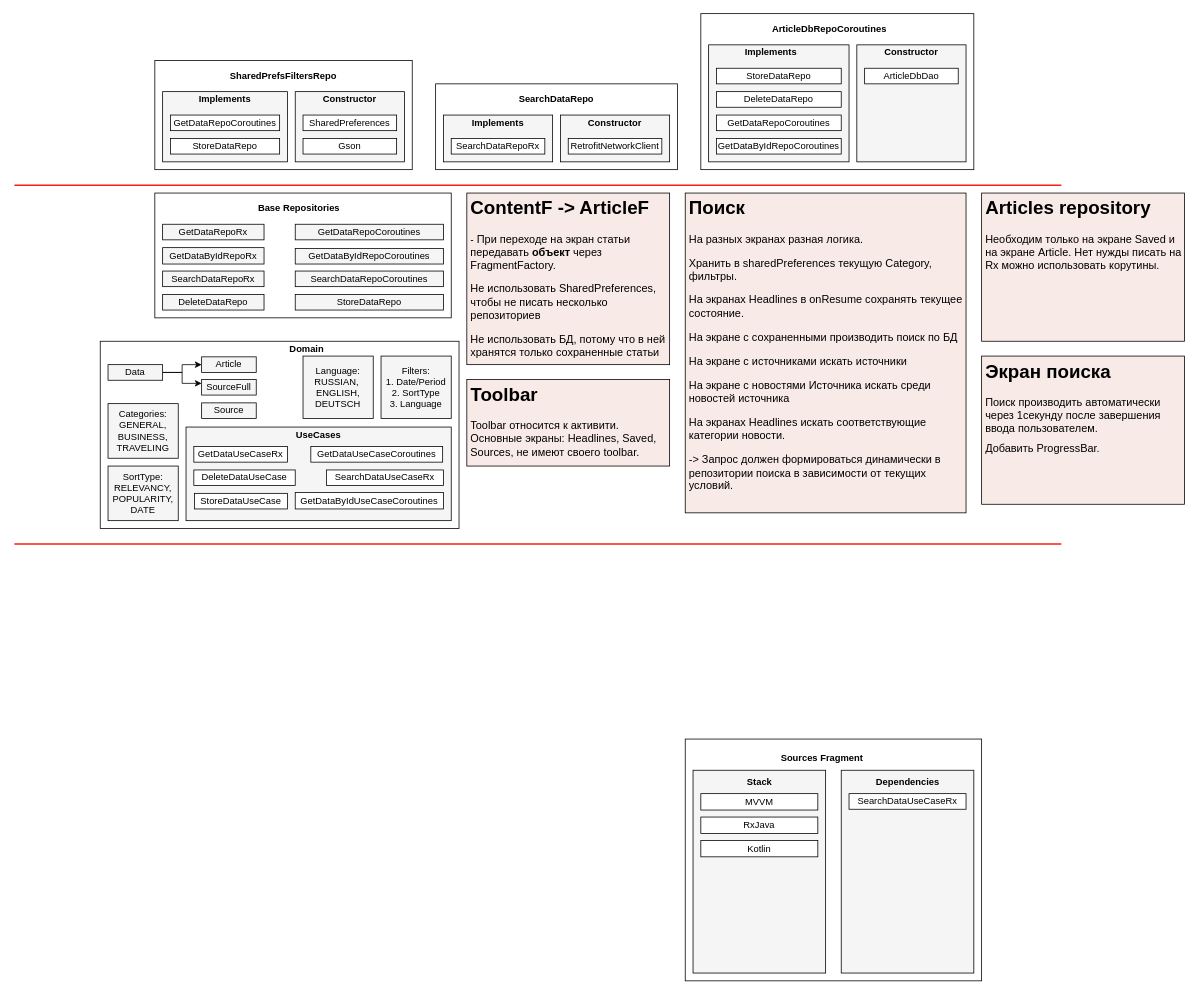
Earlier version of the draw.io diagram app/Диаграмма без названия.drawio (Megrief/AudioPlayer). Source tidied: cells renumbered, new cells numbered last; positions are measured from the earlier drawing's top-left corner, leaving out a move shared by most shapes. Both pictures are drawn from the tidied source at 78%, with x=0, y=0 at pixel (14, 13).
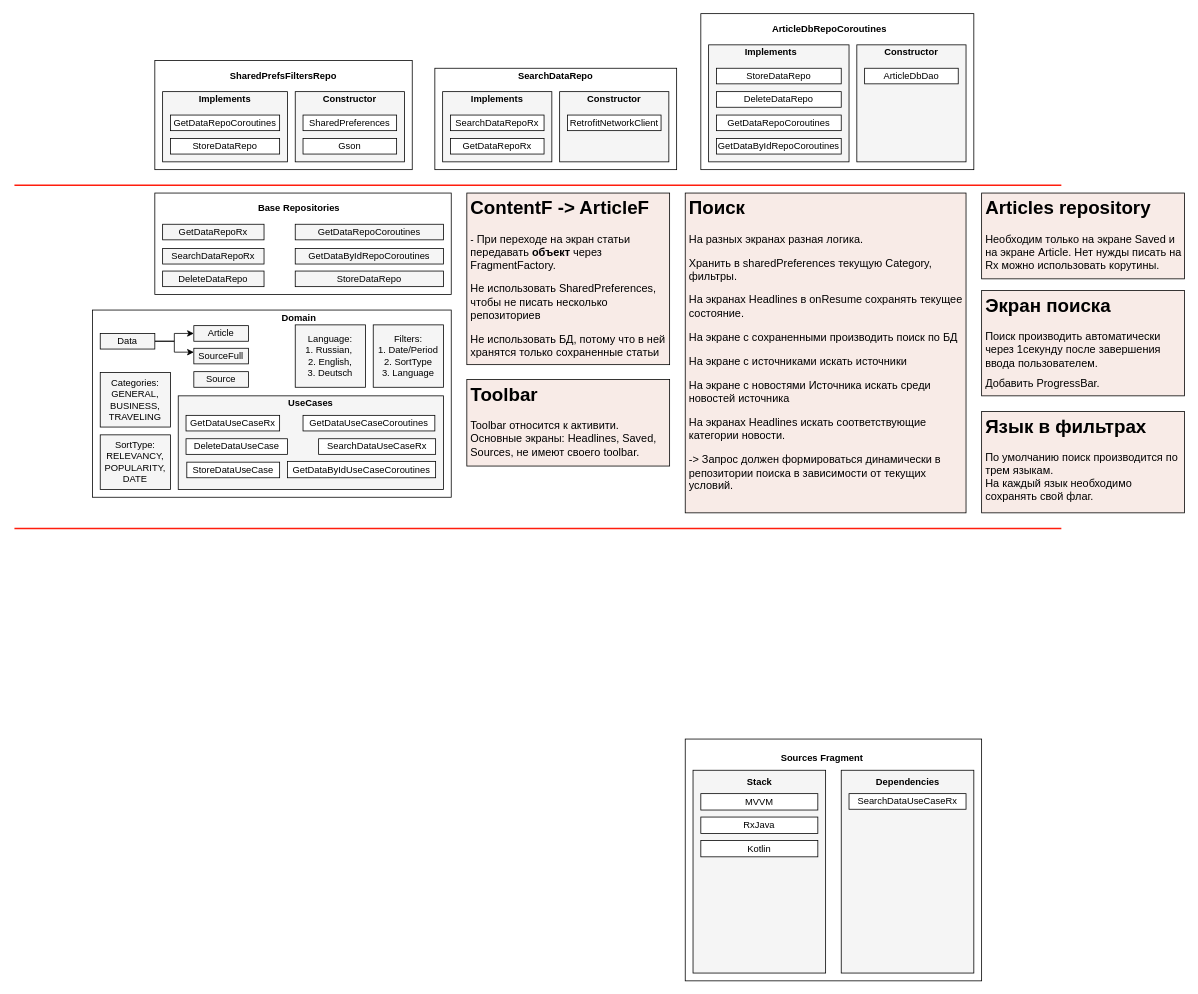
The same diagram, later.

Change to the diagram source:
```diff
@@
     <mxCell id="2" style="rounded=0;whiteSpace=wrap;html=1;" parent="1" vertex="1">
-      <mxGeometry x="180" y="230" width="380" height="160" as="geometry" />
+      <mxGeometry x="180" y="230" width="380" height="130" as="geometry" />
     </mxCell>
     <mxCell id="3" style="rounded=0;whiteSpace=wrap;html=1;" parent="1" vertex="1">
-      <mxGeometry x="110" y="420" width="460" height="240" as="geometry" />
+      <mxGeometry x="100" y="380" width="460" height="240" as="geometry" />
     </mxCell>
     <mxCell id="4" value="Article" style="text;html=1;align=center;verticalAlign=middle;whiteSpace=wrap;rounded=0;strokeColor=#000000;fillColor=#f5f5f5;fontColor=#000000;" parent="1" vertex="1">
-      <mxGeometry x="240" y="440" width="70" height="20" as="geometry" />
+      <mxGeometry x="230" y="400" width="70" height="20" as="geometry" />
     </mxCell>
     <mxCell id="5" value="Source" style="text;html=1;align=center;verticalAlign=middle;whiteSpace=wrap;rounded=0;strokeColor=#000000;fillColor=#f5f5f5;fontColor=#000000;" parent="1" vertex="1">
-      <mxGeometry x="240" y="499" width="70" height="20" as="geometry" />
+      <mxGeometry x="230" y="459" width="70" height="20" as="geometry" />
     </mxCell>
     <mxCell id="6" value="SourceFull" style="text;html=1;align=center;verticalAlign=middle;whiteSpace=wrap;rounded=0;strokeColor=#000000;fillColor=#f5f5f5;fontColor=#000000;" parent="1" vertex="1">
-      <mxGeometry x="240" y="469" width="70" height="20" as="geometry" />
+      <mxGeometry x="230" y="429" width="70" height="20" as="geometry" />
     </mxCell>
     <mxCell id="7" value="Filters:&lt;br&gt;1. Date/Period&lt;br&gt;2. SortType&lt;br&gt;3. Language" style="text;html=1;align=center;verticalAlign=middle;whiteSpace=wrap;rounded=0;strokeColor=#000000;fillColor=#f5f5f5;fontColor=#000000;" parent="1" vertex="1">
-      <mxGeometry x="470" y="439" width="90" height="80" as="geometry" />
+      <mxGeometry x="460" y="399" width="90" height="80" as="geometry" />
     </mxCell>
     <mxCell id="8" style="rounded=0;whiteSpace=wrap;html=1;fillColor=#f5f5f5;fontColor=#000000;strokeColor=#000000;" parent="1" vertex="1">
-      <mxGeometry x="220" y="530" width="340" height="120" as="geometry" />
+      <mxGeometry x="210" y="490" width="340" height="120" as="geometry" />
     </mxCell>
     <mxCell id="9" value="StoreDataUseCase" style="text;html=1;align=center;verticalAlign=middle;whiteSpace=wrap;rounded=0;fillColor=default;strokeColor=default;fontColor=#000000;" parent="1" vertex="1">
-      <mxGeometry x="231" y="615" width="119" height="20" as="geometry" />
+      <mxGeometry x="221" y="575" width="119" height="20" as="geometry" />
     </mxCell>
     <mxCell id="10" value="GetDataUseCaseCoroutines" style="text;html=1;align=center;verticalAlign=middle;whiteSpace=wrap;rounded=0;fillColor=default;strokeColor=default;fontColor=#000000;" parent="1" vertex="1">
-      <mxGeometry x="380" y="555" width="169" height="20" as="geometry" />
+      <mxGeometry x="370" y="515" width="169" height="20" as="geometry" />
     </mxCell>
     <mxCell id="11" value="GetDataByIdUseCaseCoroutines" style="text;html=1;align=center;verticalAlign=middle;whiteSpace=wrap;rounded=0;fillColor=default;strokeColor=default;fontColor=#000000;" parent="1" vertex="1">
-      <mxGeometry x="360" y="614" width="190" height="21" as="geometry" />
+      <mxGeometry x="350" y="574" width="190" height="21" as="geometry" />
     </mxCell>
     <mxCell id="12" value="DeleteDataUseCase" style="text;html=1;align=center;verticalAlign=middle;whiteSpace=wrap;rounded=0;fillColor=default;strokeColor=default;fontColor=#000000;" parent="1" vertex="1">
-      <mxGeometry x="230" y="585" width="130" height="20" as="geometry" />
+      <mxGeometry x="220" y="545" width="130" height="20" as="geometry" />
     </mxCell>
     <mxCell id="13" value="GetDataUseCaseRx" style="text;html=1;align=center;verticalAlign=middle;whiteSpace=wrap;rounded=0;fillColor=default;strokeColor=default;fontColor=#000000;" parent="1" vertex="1">
-      <mxGeometry x="230" y="555" width="120" height="20" as="geometry" />
+      <mxGeometry x="220" y="515" width="120" height="20" as="geometry" />
     </mxCell>
     <mxCell id="14" value="SearchDataUseCaseRx" style="text;html=1;align=center;verticalAlign=middle;whiteSpace=wrap;rounded=0;fillColor=default;strokeColor=default;fontColor=#000000;" parent="1" vertex="1">
-      <mxGeometry x="400" y="585" width="150" height="20" as="geometry" />
+      <mxGeometry x="390" y="545" width="150" height="20" as="geometry" />
     </mxCell>
     <mxCell id="15" value="StoreDataRepo" style="text;html=1;strokeColor=#000000;fillColor=#f5f5f5;align=center;verticalAlign=middle;whiteSpace=wrap;rounded=0;fontColor=#000000;" parent="1" vertex="1">
-      <mxGeometry x="360" y="360" width="190" height="20" as="geometry" />
+      <mxGeometry x="360" y="330" width="190" height="20" as="geometry" />
     </mxCell>
     <mxCell id="16" value="DeleteDataRepo" style="text;html=1;strokeColor=#000000;fillColor=#f5f5f5;align=center;verticalAlign=middle;whiteSpace=wrap;rounded=0;fontColor=#000000;" parent="1" vertex="1">
-      <mxGeometry x="190" y="360" width="130" height="20" as="geometry" />
+      <mxGeometry x="190" y="330" width="130" height="20" as="geometry" />
     </mxCell>
@@
-    <mxCell id="20" value="GetDataByIdRepoRx" style="text;html=1;strokeColor=#000000;fillColor=#f5f5f5;align=center;verticalAlign=middle;whiteSpace=wrap;rounded=0;fontColor=#000000;" parent="1" vertex="1">
-      <mxGeometry x="190" y="300" width="130" height="21" as="geometry" />
-    </mxCell>
-    <mxCell id="21" value="SearchDataRepoCoroutines" style="text;html=1;strokeColor=#000000;fillColor=#f5f5f5;align=center;verticalAlign=middle;whiteSpace=wrap;rounded=0;fontColor=#000000;" parent="1" vertex="1">
-      <mxGeometry x="360" y="330" width="190" height="20" as="geometry" />
-    </mxCell>
     <mxCell id="22" value="SearchDataRepoRx" style="text;html=1;strokeColor=#000000;fillColor=#f5f5f5;align=center;verticalAlign=middle;whiteSpace=wrap;rounded=0;fontColor=#000000;" parent="1" vertex="1">
-      <mxGeometry x="190" y="330" width="130" height="20" as="geometry" />
+      <mxGeometry x="190" y="301" width="130" height="20" as="geometry" />
     </mxCell>
@@
     <mxCell id="24" value="Domain" style="text;html=1;strokeColor=none;fillColor=none;align=center;verticalAlign=middle;whiteSpace=wrap;rounded=0;fontStyle=1;" parent="1" vertex="1">
-      <mxGeometry x="280" y="420" width="190" height="20" as="geometry" />
+      <mxGeometry x="270" y="380" width="190" height="20" as="geometry" />
     </mxCell>
     <mxCell id="25" value="UseCases" style="text;html=1;strokeColor=none;fillColor=none;align=center;verticalAlign=middle;whiteSpace=wrap;rounded=0;fontStyle=1;" parent="1" vertex="1">
-      <mxGeometry x="295" y="530" width="190" height="20" as="geometry" />
+      <mxGeometry x="285" y="490" width="190" height="20" as="geometry" />
     </mxCell>
@@
     <mxCell id="37" style="rounded=0;whiteSpace=wrap;html=1;" parent="1" vertex="1">
-      <mxGeometry x="540" y="90" width="310" height="110" as="geometry" />
+      <mxGeometry x="539" y="70" width="310" height="130" as="geometry" />
     </mxCell>
     <mxCell id="38" value="&lt;b&gt;SearchDataRepo&lt;/b&gt;" style="text;html=1;strokeColor=none;fillColor=none;align=center;verticalAlign=middle;whiteSpace=wrap;rounded=0;" parent="1" vertex="1">
-      <mxGeometry x="615" y="100" width="160" height="20" as="geometry" />
+      <mxGeometry x="614" y="70" width="160" height="20" as="geometry" />
     </mxCell>
     <mxCell id="39" style="rounded=0;whiteSpace=wrap;html=1;fillColor=#f5f5f5;fontColor=#333333;strokeColor=#000000;" parent="1" vertex="1">
-      <mxGeometry x="550" y="130" width="140" height="60" as="geometry" />
+      <mxGeometry x="549" y="100" width="140" height="90" as="geometry" />
     </mxCell>
     <mxCell id="40" value="&lt;b&gt;Implements&lt;/b&gt;" style="text;html=1;strokeColor=none;fillColor=none;align=center;verticalAlign=middle;whiteSpace=wrap;rounded=0;" parent="1" vertex="1">
-      <mxGeometry x="560" y="130" width="120" height="20" as="geometry" />
+      <mxGeometry x="559" y="100" width="120" height="20" as="geometry" />
     </mxCell>
     <mxCell id="41" value="SearchDataRepoRx" style="text;html=1;align=center;verticalAlign=middle;whiteSpace=wrap;rounded=0;fillColor=default;strokeColor=default;" parent="1" vertex="1">
-      <mxGeometry x="560" y="160" width="120" height="20" as="geometry" />
+      <mxGeometry x="559" y="130" width="120" height="20" as="geometry" />
     </mxCell>
     <mxCell id="42" style="rounded=0;whiteSpace=wrap;html=1;fillColor=#f5f5f5;fontColor=#333333;strokeColor=#000000;" parent="1" vertex="1">
-      <mxGeometry x="700" y="130" width="140" height="60" as="geometry" />
+      <mxGeometry x="699" y="100" width="140" height="90" as="geometry" />
     </mxCell>
     <mxCell id="43" value="&lt;b&gt;Constructor&lt;/b&gt;" style="text;html=1;strokeColor=none;fillColor=none;align=center;verticalAlign=middle;whiteSpace=wrap;rounded=0;" parent="1" vertex="1">
-      <mxGeometry x="710" y="130" width="120" height="20" as="geometry" />
+      <mxGeometry x="709" y="100" width="120" height="20" as="geometry" />
     </mxCell>
     <mxCell id="44" value="RetrofitNetworkClient" style="text;html=1;align=center;verticalAlign=middle;whiteSpace=wrap;rounded=0;fillColor=default;strokeColor=default;" parent="1" vertex="1">
-      <mxGeometry x="710" y="160" width="120" height="20" as="geometry" />
+      <mxGeometry x="709" y="130" width="120" height="20" as="geometry" />
     </mxCell>
@@
     <mxCell id="58" value="Categories:&lt;br&gt;GENERAL,&lt;br&gt;BUSINESS,&lt;br&gt;TRAVELING" style="text;html=1;align=center;verticalAlign=middle;whiteSpace=wrap;rounded=0;strokeColor=#000000;fillColor=#f5f5f5;fontColor=#000000;" parent="1" vertex="1">
-      <mxGeometry x="120" y="500" width="90" height="70" as="geometry" />
+      <mxGeometry x="110" y="460" width="90" height="70" as="geometry" />
     </mxCell>
     <mxCell id="59" style="endArrow=none;html=1;rounded=0;strokeWidth=2;strokeColor=#FF1D0D;" parent="1" edge="1">
       <mxGeometry relative="1" as="geometry">
-        <mxPoint y="680" as="sourcePoint" />
-        <mxPoint x="1342.2" y="680" as="targetPoint" />
+        <mxPoint y="660" as="sourcePoint" />
+        <mxPoint x="1342.2" y="660" as="targetPoint" />
       </mxGeometry>
     </mxCell>
     <mxCell id="60" value="SortType:&lt;br&gt;RELEVANCY,&lt;br&gt;POPULARITY,&lt;br&gt;DATE" style="text;html=1;align=center;verticalAlign=middle;whiteSpace=wrap;rounded=0;strokeColor=#000000;fillColor=#f5f5f5;fontColor=#000000;" parent="1" vertex="1">
-      <mxGeometry x="120" y="580" width="90" height="70" as="geometry" />
+      <mxGeometry x="110" y="540" width="90" height="70" as="geometry" />
     </mxCell>
     <mxCell id="61" value="&lt;h1&gt;&lt;span style=&quot;background-color: initial;&quot;&gt;Articles repository&lt;/span&gt;&lt;/h1&gt;&lt;div style=&quot;font-size: 14px;&quot;&gt;Необходим только на экране Saved и на экране Article. Нет нужды писать на Rx можно использовать корутины.&lt;/div&gt;" style="text;html=1;strokeColor=#000000;fillColor=#F8EBE7;spacing=5;spacingTop=-20;whiteSpace=wrap;overflow=hidden;rounded=0;" parent="1" vertex="1">
-      <mxGeometry x="1240" y="230" width="260" height="190" as="geometry" />
+      <mxGeometry x="1240" y="230" width="260" height="110" as="geometry" />
     </mxCell>
@@
     <mxCell id="72" value="&lt;h1&gt;&lt;span style=&quot;background-color: initial;&quot;&gt;Экран поиска&lt;/span&gt;&lt;/h1&gt;&lt;h1 style=&quot;font-size: 14px;&quot;&gt;&lt;span style=&quot;font-weight: 400;&quot;&gt;Поиск производить автоматически через 1секунду после завершения ввода пользователем.&amp;nbsp;&lt;/span&gt;&lt;/h1&gt;&lt;div&gt;&lt;span style=&quot;font-weight: 400; font-size: 14px;&quot;&gt;Добавить ProgressBar.&lt;/span&gt;&lt;span style=&quot;font-weight: 400;&quot;&gt;&lt;font size=&quot;1&quot;&gt;&amp;nbsp;&lt;/font&gt;&lt;/span&gt;&lt;/div&gt;&lt;div&gt;&lt;span style=&quot;font-weight: 400; font-size: 11px;&quot;&gt;&lt;font size=&quot;1&quot;&gt;&lt;br&gt;&lt;/font&gt;&lt;/span&gt;&lt;/div&gt;&lt;div&gt;&lt;span style=&quot;font-weight: 400;&quot;&gt;&lt;br&gt;&lt;/span&gt;&lt;/div&gt;" style="text;html=1;strokeColor=#000000;fillColor=#F8EBE7;spacing=5;spacingTop=-20;whiteSpace=wrap;overflow=hidden;rounded=0;" parent="1" vertex="1">
-      <mxGeometry x="1240" y="439" width="260" height="190" as="geometry" />
+      <mxGeometry x="1240" y="355" width="260" height="135" as="geometry" />
     </mxCell>
@@
     <mxCell id="75" value="Data" style="text;html=1;align=center;verticalAlign=middle;whiteSpace=wrap;rounded=0;strokeColor=#000000;fillColor=#f5f5f5;fontColor=#000000;" parent="1" vertex="1">
-      <mxGeometry x="120" y="450" width="70" height="20" as="geometry" />
+      <mxGeometry x="110" y="410" width="70" height="20" as="geometry" />
     </mxCell>
-    <mxCell id="76" value="Language:&lt;br&gt;RUSSIAN,&amp;nbsp;&lt;br&gt;ENGLISH,&lt;br&gt;DEUTSCH" style="text;html=1;align=center;verticalAlign=middle;whiteSpace=wrap;rounded=0;strokeColor=#000000;fillColor=#f5f5f5;fontColor=#000000;" parent="1" vertex="1">
-      <mxGeometry x="370" y="439" width="90" height="80" as="geometry" />
+    <mxCell id="76" value="Language:&lt;br&gt;1. Russian,&amp;nbsp;&lt;br&gt;2. English,&lt;br&gt;3. Deutsch" style="text;html=1;align=center;verticalAlign=middle;whiteSpace=wrap;rounded=0;strokeColor=#000000;fillColor=#f5f5f5;fontColor=#000000;" parent="1" vertex="1">
+      <mxGeometry x="360" y="399" width="90" height="80" as="geometry" />
     </mxCell>
@@
+    <mxCell id="78" value="&lt;h1&gt;Язык в фильтрах&lt;/h1&gt;&lt;div style=&quot;font-size: 14px;&quot;&gt;&lt;font style=&quot;font-size: 14px;&quot;&gt;По умолчанию поиск производится по трем языкам.&lt;/font&gt;&lt;/div&gt;&lt;div style=&quot;font-size: 14px;&quot;&gt;&lt;font style=&quot;font-size: 14px;&quot;&gt;На каждый язык необходимо сохранять свой флаг.&lt;/font&gt;&lt;/div&gt;" style="text;html=1;strokeColor=#000000;fillColor=#F8EBE7;spacing=5;spacingTop=-20;whiteSpace=wrap;overflow=hidden;rounded=0;" parent="1" vertex="1">
+      <mxGeometry x="1240" y="510" width="260" height="130" as="geometry" />
+    </mxCell>
+    <mxCell id="79" value="GetDataRepoRx" style="text;html=1;align=center;verticalAlign=middle;whiteSpace=wrap;rounded=0;fillColor=default;strokeColor=default;" parent="1" vertex="1">
+      <mxGeometry x="559" y="160" width="120" height="20" as="geometry" />
+    </mxCell>
```
